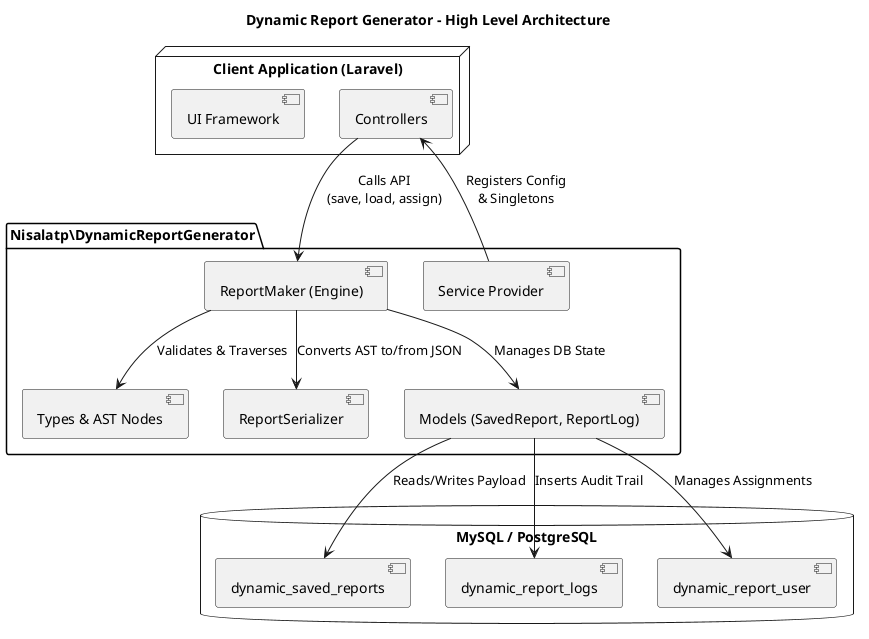
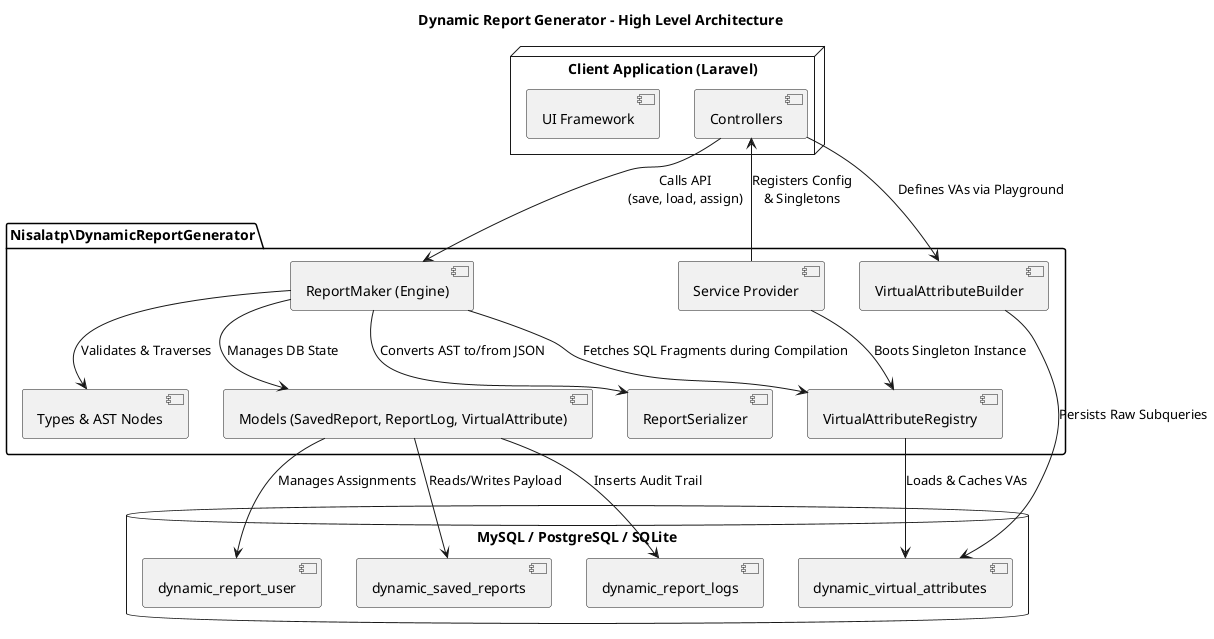
@startuml Architecture Diagram
title Dynamic Report Generator - High Level Architecture

node "Client Application (Laravel)" {
    [Controllers]
    [UI Framework]
}

package "Nisalatp\\DynamicReportGenerator" {
    [ReportMaker (Engine)] as Engine
    [Types & AST Nodes] as AST
    [ReportSerializer] as Serializer
+     [VirtualAttributeRegistry] as VARegistry
+     [VirtualAttributeBuilder] as VABuilder
    [Service Provider] as Provider
-     [Models (SavedReport, ReportLog)] as Models
+     [Models (SavedReport, ReportLog, VirtualAttribute)] as Models
}

- database "MySQL / PostgreSQL" {
+ database "MySQL / PostgreSQL / SQLite" {
    [dynamic_saved_reports]
    [dynamic_report_logs]
    [dynamic_report_user]
+     [dynamic_virtual_attributes]
}

[Controllers] --> Engine : "Calls API\n(save, load, assign)"
+ [Controllers] --> VABuilder : "Defines VAs via Playground"
Engine --> AST : "Validates & Traverses"
Engine --> Serializer : "Converts AST to/from JSON"
+ Engine --> VARegistry : "Fetches SQL Fragments during Compilation"
Engine --> Models : "Manages DB State"
+ 
+ VABuilder --> [dynamic_virtual_attributes] : "Persists Raw Subqueries"
+ VARegistry --> [dynamic_virtual_attributes] : "Loads & Caches VAs"

Models --> [dynamic_saved_reports] : "Reads/Writes Payload"
Models --> [dynamic_report_logs] : "Inserts Audit Trail"
Models --> [dynamic_report_user] : "Manages Assignments"

Provider --> [Controllers] : "Registers Config\n& Singletons"
+ Provider --> VARegistry : "Boots Singleton Instance"

@enduml
